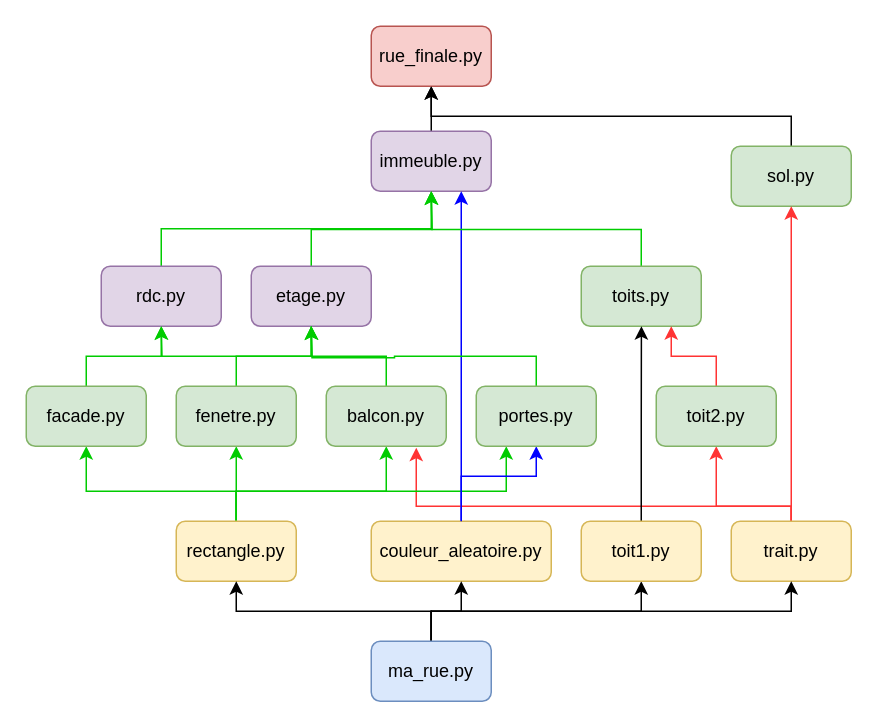
ericECmorlaix/ericECmorlaix.github.io keeps this draw.io diagram as img/dessiner_ma_rue.drawio. Above is the earlier version. Source tidied: cells renumbered, new cells numbered last; positions are measured from the earlier drawing's top-left corner, leaving out a move shared by most shapes. Both pictures are drawn from the tidied source at 150%, with x=0, y=0 at pixel (26, 26).
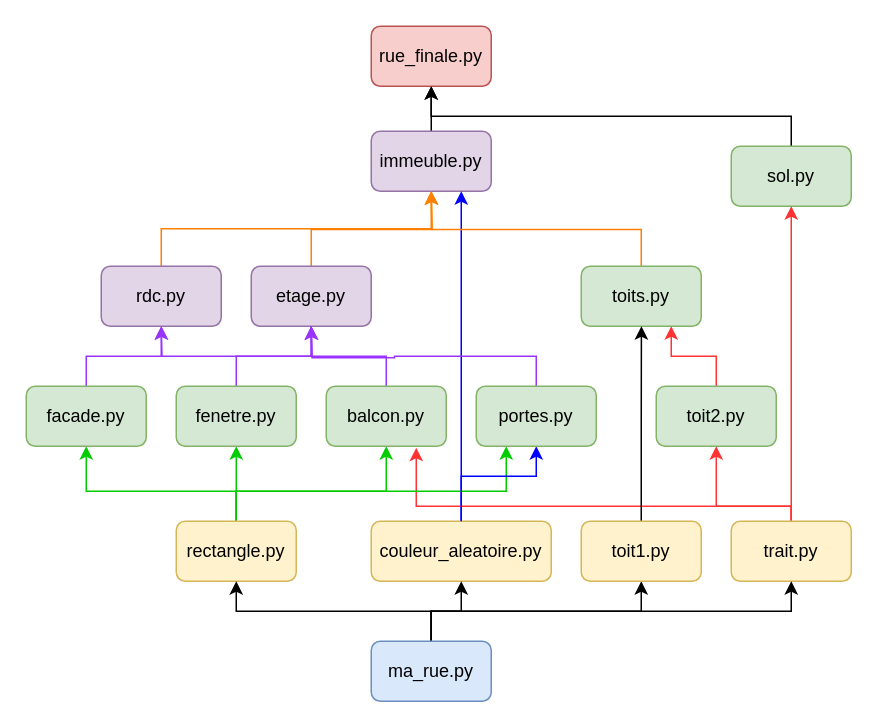
The same page after the edit.

Unchanged cells that the change refers to:
```xml
<mxCell id="4" value="immeuble.py" style="rounded=1;whiteSpace=wrap;html=1;fillColor=#e1d5e7;strokeColor=#9673a6;" parent="1" vertex="1">
  <mxGeometry x="230" y="70" width="80" height="40" as="geometry" />
</mxCell>
<mxCell id="8" value="rdc.py" style="rounded=1;whiteSpace=wrap;html=1;fillColor=#e1d5e7;strokeColor=#9673a6;" parent="1" vertex="1">
  <mxGeometry x="50" y="160" width="80" height="40" as="geometry" />
</mxCell>
<mxCell id="10" value="etage.py" style="rounded=1;whiteSpace=wrap;html=1;fillColor=#e1d5e7;strokeColor=#9673a6;" parent="1" vertex="1">
  <mxGeometry x="150" y="160" width="80" height="40" as="geometry" />
</mxCell>
<mxCell id="14" value="toits.py" style="rounded=1;whiteSpace=wrap;html=1;fillColor=#d5e8d4;strokeColor=#82b366;" parent="1" vertex="1">
  <mxGeometry x="370" y="160" width="80" height="40" as="geometry" />
</mxCell>
<mxCell id="35" value="portes.py" style="rounded=1;whiteSpace=wrap;html=1;fillColor=#d5e8d4;strokeColor=#82b366;" parent="1" vertex="1">
  <mxGeometry x="300" y="240" width="80" height="40" as="geometry" />
</mxCell>
<mxCell id="38" value="facade.py" style="rounded=1;whiteSpace=wrap;html=1;fillColor=#d5e8d4;strokeColor=#82b366;" parent="1" vertex="1">
  <mxGeometry y="240" width="80" height="40" as="geometry" />
</mxCell>
<mxCell id="40" value="fenetre.py" style="rounded=1;whiteSpace=wrap;html=1;fillColor=#d5e8d4;strokeColor=#82b366;" parent="1" vertex="1">
  <mxGeometry x="100" y="240" width="80" height="40" as="geometry" />
</mxCell>
<mxCell id="42" value="balcon.py" style="rounded=1;whiteSpace=wrap;html=1;fillColor=#d5e8d4;strokeColor=#82b366;" parent="1" vertex="1">
  <mxGeometry x="200" y="240" width="80" height="40" as="geometry" />
</mxCell>
```

Diff of the diagram source:
```diff
@@
-    <mxCell id="7" style="edgeStyle=orthogonalEdgeStyle;rounded=0;jettySize=auto;html=1;exitX=0.5;exitY=0;exitDx=0;exitDy=0;startArrow=none;startFill=0;endArrow=classic;endFill=1;entryX=0.5;entryY=1;entryDx=0;entryDy=0;strokeColor=#00CC00;" parent="1" edge="1" source="8" target="4">
+    <mxCell id="7" style="edgeStyle=orthogonalEdgeStyle;rounded=0;jettySize=auto;html=1;exitX=0.5;exitY=0;exitDx=0;exitDy=0;startArrow=none;startFill=0;endArrow=classic;endFill=1;entryX=0.5;entryY=1;entryDx=0;entryDy=0;strokeColor=#FF8000;" parent="1" edge="1" source="8" target="4">
       <mxGeometry relative="1" as="geometry" />
     </mxCell>
@@
-    <mxCell id="9" style="edgeStyle=orthogonalEdgeStyle;rounded=0;jettySize=auto;html=1;exitX=0.5;exitY=0;exitDx=0;exitDy=0;startArrow=none;startFill=0;endArrow=classic;endFill=1;strokeColor=#00CC00;" parent="1" edge="1" source="10">
+    <mxCell id="9" style="edgeStyle=orthogonalEdgeStyle;rounded=0;jettySize=auto;html=1;exitX=0.5;exitY=0;exitDx=0;exitDy=0;startArrow=none;startFill=0;endArrow=classic;endFill=1;strokeColor=#FF8000;" parent="1" edge="1" source="10">
       <mxGeometry relative="1" as="geometry">
         <mxPoint x="270" y="110" as="targetPoint" />
       </mxGeometry>
     </mxCell>
@@
-    <mxCell id="13" style="edgeStyle=orthogonalEdgeStyle;rounded=0;jettySize=auto;html=1;exitX=0.5;exitY=0;exitDx=0;exitDy=0;startArrow=none;startFill=0;endArrow=classic;endFill=1;strokeColor=#00CC00;" parent="1" edge="1" source="14">
+    <mxCell id="13" style="edgeStyle=orthogonalEdgeStyle;rounded=0;jettySize=auto;html=1;exitX=0.5;exitY=0;exitDx=0;exitDy=0;startArrow=none;startFill=0;endArrow=classic;endFill=1;strokeColor=#FF8000;" parent="1" edge="1" source="14">
       <mxGeometry relative="1" as="geometry">
         <mxPoint x="270" y="110" as="targetPoint" />
       </mxGeometry>
     </mxCell>
@@
-    <mxCell id="34" style="edgeStyle=orthogonalEdgeStyle;rounded=0;jettySize=auto;html=1;exitX=0.5;exitY=0;exitDx=0;exitDy=0;startArrow=none;startFill=0;endArrow=classic;endFill=1;strokeColor=#00CC00;" parent="1" edge="1" source="35">
+    <mxCell id="34" style="edgeStyle=orthogonalEdgeStyle;rounded=0;jettySize=auto;html=1;exitX=0.5;exitY=0;exitDx=0;exitDy=0;startArrow=none;startFill=0;endArrow=classic;endFill=1;strokeColor=#9933FF;" parent="1" edge="1" source="35">
       <mxGeometry relative="1" as="geometry">
         <mxPoint x="190" y="200" as="targetPoint" />
       </mxGeometry>
     </mxCell>
@@
-    <mxCell id="36" style="edgeStyle=orthogonalEdgeStyle;rounded=0;jettySize=auto;html=1;exitX=0.5;exitY=1;exitDx=0;exitDy=0;entryX=0.5;entryY=1;entryDx=0;entryDy=0;startArrow=none;startFill=0;endArrow=classic;endFill=1;strokeColor=#00CC00;" parent="1" edge="1" source="10" target="8">
+    <mxCell id="36" style="edgeStyle=orthogonalEdgeStyle;rounded=0;jettySize=auto;html=1;exitX=0.5;exitY=1;exitDx=0;exitDy=0;entryX=0.5;entryY=1;entryDx=0;entryDy=0;startArrow=none;startFill=0;endArrow=classic;endFill=1;strokeColor=#9933FF;" parent="1" edge="1" source="10" target="8">
       <mxGeometry relative="1" as="geometry" />
     </mxCell>
-    <mxCell id="37" style="edgeStyle=orthogonalEdgeStyle;rounded=0;jettySize=auto;html=1;exitX=0.5;exitY=0;exitDx=0;exitDy=0;startArrow=none;startFill=0;endArrow=classic;endFill=1;strokeColor=#00CC00;" parent="1" edge="1" source="38">
+    <mxCell id="37" style="edgeStyle=orthogonalEdgeStyle;rounded=0;jettySize=auto;html=1;exitX=0.5;exitY=0;exitDx=0;exitDy=0;startArrow=none;startFill=0;endArrow=classic;endFill=1;strokeColor=#9933FF;" parent="1" edge="1" source="38">
       <mxGeometry relative="1" as="geometry">
         <mxPoint x="90" y="200" as="targetPoint" />
       </mxGeometry>
     </mxCell>
@@
-    <mxCell id="39" style="edgeStyle=orthogonalEdgeStyle;rounded=0;jettySize=auto;html=1;exitX=0.5;exitY=0;exitDx=0;exitDy=0;entryX=0.5;entryY=1;entryDx=0;entryDy=0;startArrow=none;startFill=0;endArrow=classic;endFill=1;strokeColor=#00CC00;" parent="1" edge="1" source="40" target="10">
+    <mxCell id="39" style="edgeStyle=orthogonalEdgeStyle;rounded=0;jettySize=auto;html=1;exitX=0.5;exitY=0;exitDx=0;exitDy=0;entryX=0.5;entryY=1;entryDx=0;entryDy=0;startArrow=none;startFill=0;endArrow=classic;endFill=1;strokeColor=#9933FF;" parent="1" edge="1" source="40" target="10">
       <mxGeometry relative="1" as="geometry" />
     </mxCell>
@@
-    <mxCell id="41" style="edgeStyle=orthogonalEdgeStyle;rounded=0;jettySize=auto;html=1;exitX=0.5;exitY=0;exitDx=0;exitDy=0;startArrow=none;startFill=0;endArrow=classic;endFill=1;strokeColor=#00CC00;" parent="1" edge="1" source="42">
+    <mxCell id="41" style="edgeStyle=orthogonalEdgeStyle;rounded=0;jettySize=auto;html=1;exitX=0.5;exitY=0;exitDx=0;exitDy=0;startArrow=none;startFill=0;endArrow=classic;endFill=1;strokeColor=#9933FF;" parent="1" edge="1" source="42">
       <mxGeometry relative="1" as="geometry">
         <mxPoint x="190" y="200" as="targetPoint" />
       </mxGeometry>
     </mxCell>
```
